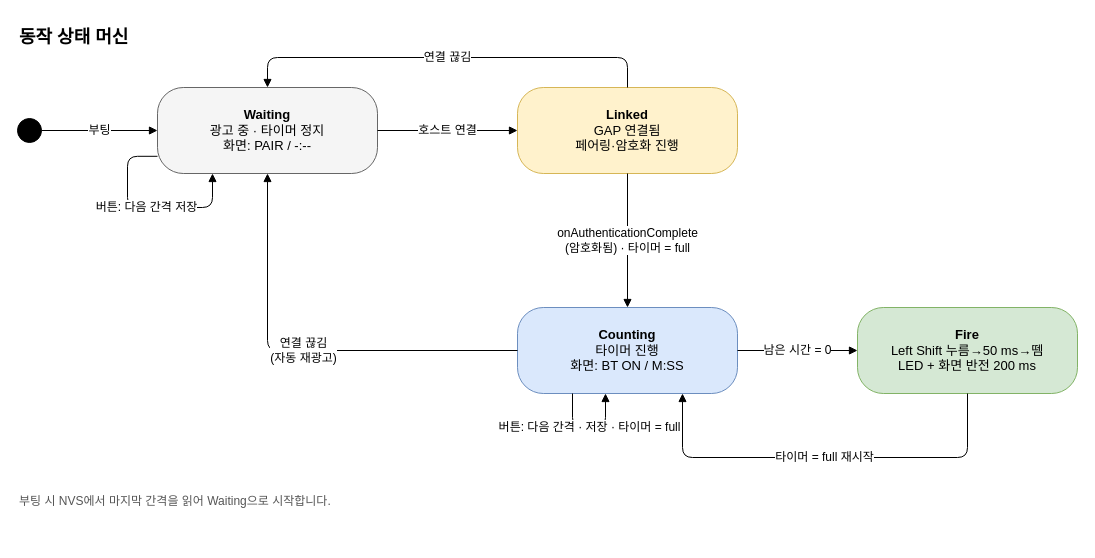
This is docs/diagrams/state-machine.drawio from elllight/pccaffeine_kbd, a draw.io file, before an edit. Source tidied: cells renumbered, new cells numbered last; positions are measured from the earlier drawing's top-left corner, leaving out a move shared by most shapes. Both pictures are drawn from the tidied source at 100%, with x=0, y=0 at pixel (17, 17).
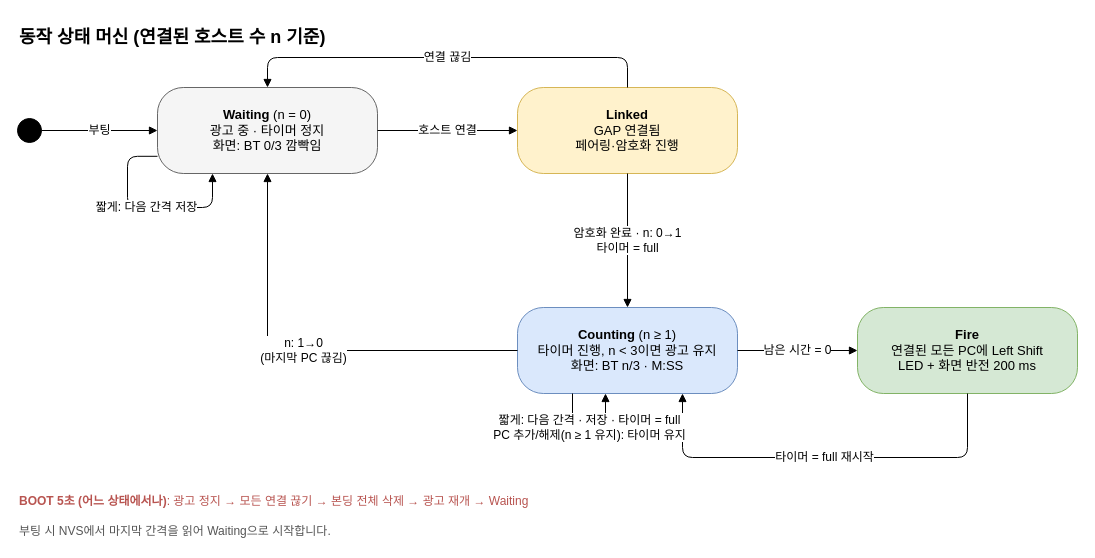
The same diagram, later.

The change refers to these unchanged cells:
```xml
<mxCell id="5" value="&lt;b&gt;Linked&lt;/b&gt;&lt;br&gt;GAP 연결됨&lt;br&gt;페어링·암호화 진행" style="rounded=1;whiteSpace=wrap;html=1;arcSize=30;fontFamily=Helvetica;fontSize=13;fillColor=#fff2cc;strokeColor=#d6b656;" parent="1" vertex="1">
  <mxGeometry x="500" y="70" width="220" height="86" as="geometry" />
</mxCell>
```

Change to the diagram source:
```diff
@@
-    <mxCell id="2" value="동작 상태 머신" style="text;html=1;align=left;verticalAlign=middle;fontStyle=1;fontFamily=Helvetica;fontSize=13;fontSize=18;" parent="1" vertex="1">
-      <mxGeometry width="400" height="40" as="geometry" />
+    <mxCell id="2" value="동작 상태 머신 (연결된 호스트 수 n 기준)" style="text;html=1;align=left;verticalAlign=middle;fontStyle=1;fontFamily=Helvetica;fontSize=13;fontSize=18;" parent="1" vertex="1">
+      <mxGeometry width="600" height="40" as="geometry" />
     </mxCell>
@@
-    <mxCell id="4" value="&lt;b&gt;Waiting&lt;/b&gt;&lt;br&gt;광고 중 · 타이머 정지&lt;br&gt;화면: PAIR / -:--" style="rounded=1;whiteSpace=wrap;html=1;arcSize=30;fontFamily=Helvetica;fontSize=13;fillColor=#f5f5f5;strokeColor=#666666;" parent="1" vertex="1">
+    <mxCell id="4" value="&lt;b&gt;Waiting&lt;/b&gt; (n = 0)&lt;br&gt;광고 중 · 타이머 정지&lt;br&gt;화면: BT 0/3 깜빡임" style="rounded=1;whiteSpace=wrap;html=1;arcSize=30;fontFamily=Helvetica;fontSize=13;fillColor=#f5f5f5;strokeColor=#666666;" parent="1" vertex="1">
       <mxGeometry x="140" y="70" width="220" height="86" as="geometry" />
     </mxCell>
@@
-    <mxCell id="6" value="&lt;b&gt;Counting&lt;/b&gt;&lt;br&gt;타이머 진행&lt;br&gt;화면: BT ON / M:SS" style="rounded=1;whiteSpace=wrap;html=1;arcSize=30;fontFamily=Helvetica;fontSize=13;fillColor=#dae8fc;strokeColor=#6c8ebf;" parent="1" vertex="1">
+    <mxCell id="6" value="&lt;b&gt;Counting&lt;/b&gt; (n ≥ 1)&lt;br&gt;타이머 진행, n &amp;lt; 3이면 광고 유지&lt;br&gt;화면: BT n/3 · M:SS" style="rounded=1;whiteSpace=wrap;html=1;arcSize=30;fontFamily=Helvetica;fontSize=13;fillColor=#dae8fc;strokeColor=#6c8ebf;" parent="1" vertex="1">
       <mxGeometry x="500" y="290" width="220" height="86" as="geometry" />
     </mxCell>
-    <mxCell id="7" value="&lt;b&gt;Fire&lt;/b&gt;&lt;br&gt;Left Shift 누름→50 ms→뗌&lt;br&gt;LED + 화면 반전 200 ms" style="rounded=1;whiteSpace=wrap;html=1;arcSize=30;fontFamily=Helvetica;fontSize=13;fillColor=#d5e8d4;strokeColor=#82b366;" parent="1" vertex="1">
+    <mxCell id="7" value="&lt;b&gt;Fire&lt;/b&gt;&lt;br&gt;연결된 모든 PC에 Left Shift&lt;br&gt;LED + 화면 반전 200 ms" style="rounded=1;whiteSpace=wrap;html=1;arcSize=30;fontFamily=Helvetica;fontSize=13;fillColor=#d5e8d4;strokeColor=#82b366;" parent="1" vertex="1">
       <mxGeometry x="840" y="290" width="220" height="86" as="geometry" />
     </mxCell>
@@
-    <mxCell id="10" value="onAuthenticationComplete&lt;br&gt;(암호화됨) · 타이머 = full" style="edgeStyle=orthogonalEdgeStyle;rounded=1;html=1;endArrow=block;endFill=1;fontFamily=Helvetica;fontSize=13;fontSize=12;labelBackgroundColor=#ffffff;" parent="1" edge="1" source="5" target="6">
+    <mxCell id="10" value="암호화 완료 · n: 0→1&lt;br&gt;타이머 = full" style="edgeStyle=orthogonalEdgeStyle;rounded=1;html=1;endArrow=block;endFill=1;fontFamily=Helvetica;fontSize=13;fontSize=12;labelBackgroundColor=#ffffff;" parent="1" edge="1" source="5" target="6">
       <mxGeometry relative="1" as="geometry" />
     </mxCell>
@@
-    <mxCell id="13" value="연결 끊김&lt;br&gt;(자동 재광고)" style="edgeStyle=orthogonalEdgeStyle;rounded=1;html=1;endArrow=block;endFill=1;fontFamily=Helvetica;fontSize=13;fontSize=12;labelBackgroundColor=#ffffff;exitX=0;exitY=0.5;entryX=0.5;entryY=1;" parent="1" edge="1" source="6" target="4">
+    <mxCell id="13" value="n: 1→0&lt;br&gt;(마지막 PC 끊김)" style="edgeStyle=orthogonalEdgeStyle;rounded=1;html=1;endArrow=block;endFill=1;fontFamily=Helvetica;fontSize=13;fontSize=12;labelBackgroundColor=#ffffff;exitX=0;exitY=0.5;entryX=0.5;entryY=1;" parent="1" edge="1" source="6" target="4">
       <mxGeometry relative="1" as="geometry">
         <Array as="points">
           <mxPoint x="250" y="333" />
         </Array>
       </mxGeometry>
     </mxCell>
@@
-    <mxCell id="15" value="버튼: 다음 간격 · 저장 · 타이머 = full" style="edgeStyle=orthogonalEdgeStyle;rounded=1;html=1;endArrow=block;endFill=1;fontFamily=Helvetica;fontSize=13;fontSize=12;labelBackgroundColor=#ffffff;exitX=0.25;exitY=1;entryX=0.4;entryY=1;" parent="1" edge="1" source="6" target="6">
+    <mxCell id="15" value="짧게: 다음 간격 · 저장 · 타이머 = full&lt;br&gt;PC 추가/해제(n ≥ 1 유지): 타이머 유지" style="edgeStyle=orthogonalEdgeStyle;rounded=1;html=1;endArrow=block;endFill=1;fontFamily=Helvetica;fontSize=13;fontSize=12;labelBackgroundColor=#ffffff;exitX=0.25;exitY=1;entryX=0.4;entryY=1;" parent="1" edge="1" source="6" target="6">
       <mxGeometry relative="1" as="geometry">
         <Array as="points">
           <mxPoint x="555" y="410" />
           <mxPoint x="588" y="410" />
         </Array>
       </mxGeometry>
     </mxCell>
-    <mxCell id="16" value="버튼: 다음 간격 저장" style="edgeStyle=orthogonalEdgeStyle;rounded=1;html=1;endArrow=block;endFill=1;fontFamily=Helvetica;fontSize=13;fontSize=12;labelBackgroundColor=#ffffff;exitX=0;exitY=0.8;entryX=0.25;entryY=1;" parent="1" edge="1" source="4" target="4">
+    <mxCell id="16" value="짧게: 다음 간격 저장" style="edgeStyle=orthogonalEdgeStyle;rounded=1;html=1;endArrow=block;endFill=1;fontFamily=Helvetica;fontSize=13;fontSize=12;labelBackgroundColor=#ffffff;exitX=0;exitY=0.8;entryX=0.25;entryY=1;" parent="1" edge="1" source="4" target="4">
       <mxGeometry relative="1" as="geometry">
         <Array as="points">
           <mxPoint x="110" y="139" />
           <mxPoint x="110" y="190" />
           <mxPoint x="195" y="190" />
         </Array>
       </mxGeometry>
     </mxCell>
-    <mxCell id="17" value="부팅 시 NVS에서 마지막 간격을 읽어 Waiting으로 시작합니다." style="text;html=1;align=left;verticalAlign=top;whiteSpace=wrap;fontFamily=Helvetica;fontSize=13;fontSize=12;fontColor=#555555;" parent="1" vertex="1">
-      <mxGeometry y="470" width="700" height="24" as="geometry" />
+    <mxCell id="17" value="&lt;b&gt;BOOT 5초 (어느 상태에서나)&lt;/b&gt;: 광고 정지 → 모든 연결 끊기 → 본딩 전체 삭제 → 광고 재개 → Waiting" style="text;html=1;align=left;verticalAlign=top;whiteSpace=wrap;fontFamily=Helvetica;fontSize=13;fontSize=12;fontColor=#555555;fontColor=#b85450;" parent="1" vertex="1">
+      <mxGeometry y="470" width="900" height="24" as="geometry" />
     </mxCell>
+    <mxCell id="18" value="부팅 시 NVS에서 마지막 간격을 읽어 Waiting으로 시작합니다." style="text;html=1;align=left;verticalAlign=top;whiteSpace=wrap;fontFamily=Helvetica;fontSize=13;fontSize=12;fontColor=#555555;" parent="1" vertex="1">
+      <mxGeometry y="500" width="700" height="24" as="geometry" />
+    </mxCell>
```
